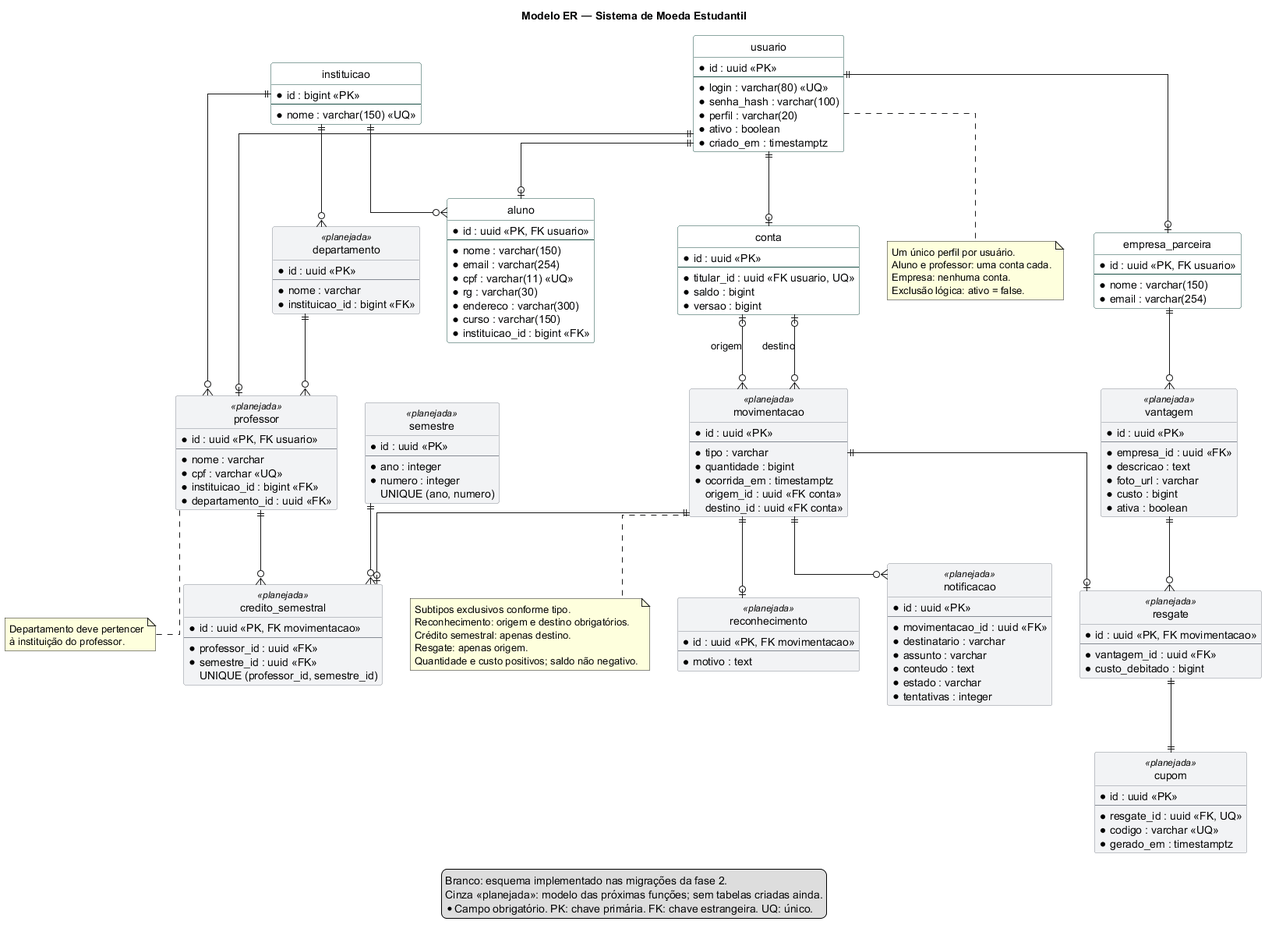
Before: docs/modelagem/diagramas/modelo-er.png, a diagram exported from PlantUML (GuilhermeHortaDias/Puc_DevSoft_Lab3).
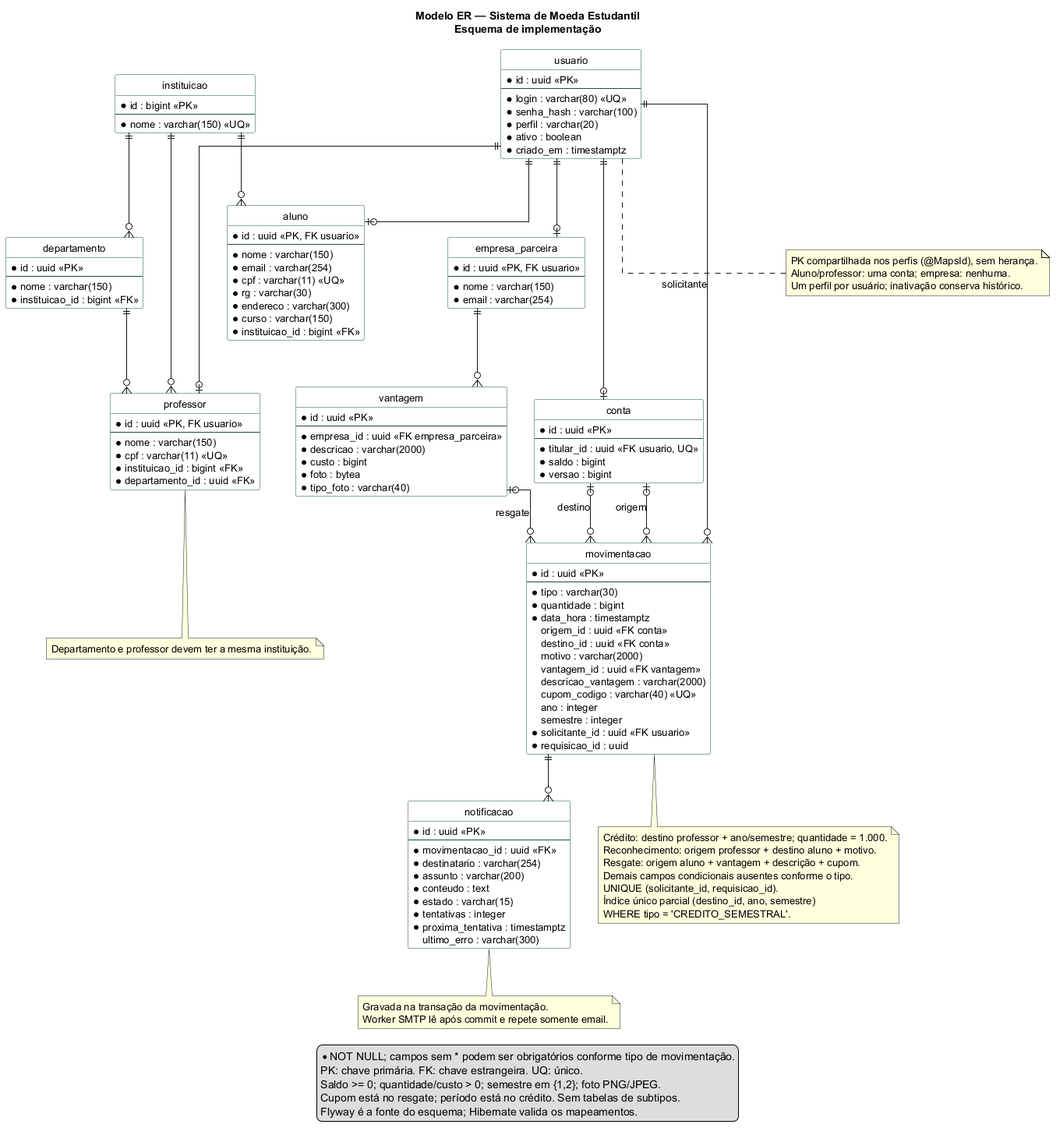
The same file after the commit.

Diff of the diagram source:
```diff
@@ -1,14 +1,12 @@
 @startuml
-title Modelo ER — Sistema de Moeda Estudantil
+title Modelo ER — Sistema de Moeda Estudantil\nEsquema de implementação
 hide circle
 skinparam linetype ortho
 skinparam shadowing false
-skinparam class {
-  BackgroundColor #FFFFFF
-  BackgroundColor<<planejada>> #F2F3F5
-  BorderColor #194E45
-  BorderColor<<planejada>> #868B94
-}
+skinparam defaultFontName SansSerif
+skinparam defaultFontSize 13
+skinparam classBackgroundColor #FFFFFF
+skinparam classBorderColor #194E45
 
 entity "instituicao" as instituicao {
   * id : bigint <<PK>>
@@ -41,6 +39,20 @@
   * nome : varchar(150)
   * email : varchar(254)
 }
+entity "departamento" as departamento {
+  * id : uuid <<PK>>
+  --
+  * nome : varchar(150)
+  * instituicao_id : bigint <<FK>>
+}
+entity "professor" as professor {
+  * id : uuid <<PK, FK usuario>>
+  --
+  * nome : varchar(150)
+  * cpf : varchar(11) <<UQ>>
+  * instituicao_id : bigint <<FK>>
+  * departamento_id : uuid <<FK>>
+}
 entity "conta" as conta {
   * id : uuid <<PK>>
   --
@@ -48,121 +60,86 @@
   * saldo : bigint
   * versao : bigint
 }
-entity "departamento" as departamento <<planejada>> {
+entity "vantagem" as vantagem {
   * id : uuid <<PK>>
   --
-  * nome : varchar
-  * instituicao_id : bigint <<FK>>
+  * empresa_id : uuid <<FK empresa_parceira>>
+  * descricao : varchar(2000)
+  * custo : bigint
+  * foto : bytea
+  * tipo_foto : varchar(40)
 }
-entity "professor" as professor <<planejada>> {
-  * id : uuid <<PK, FK usuario>>
-  --
-  * nome : varchar
-  * cpf : varchar <<UQ>>
-  * instituicao_id : bigint <<FK>>
-  * departamento_id : uuid <<FK>>
-}
-entity "semestre" as semestre <<planejada>> {
+entity "movimentacao" as movimentacao {
   * id : uuid <<PK>>
   --
-  * ano : integer
-  * numero : integer
-  UNIQUE (ano, numero)
-}
-entity "movimentacao" as movimentacao <<planejada>> {
-  * id : uuid <<PK>>
-  --
-  * tipo : varchar
+  * tipo : varchar(30)
   * quantidade : bigint
-  * ocorrida_em : timestamptz
+  * data_hora : timestamptz
   origem_id : uuid <<FK conta>>
   destino_id : uuid <<FK conta>>
+  motivo : varchar(2000)
+  vantagem_id : uuid <<FK vantagem>>
+  descricao_vantagem : varchar(2000)
+  cupom_codigo : varchar(40) <<UQ>>
+  ano : integer
+  semestre : integer
+  * solicitante_id : uuid <<FK usuario>>
+  * requisicao_id : uuid
 }
-entity "reconhecimento" as reconhecimento <<planejada>> {
-  * id : uuid <<PK, FK movimentacao>>
-  --
-  * motivo : text
-}
-entity "credito_semestral" as credito <<planejada>> {
-  * id : uuid <<PK, FK movimentacao>>
-  --
-  * professor_id : uuid <<FK>>
-  * semestre_id : uuid <<FK>>
-  UNIQUE (professor_id, semestre_id)
-}
-entity "vantagem" as vantagem <<planejada>> {
-  * id : uuid <<PK>>
-  --
-  * empresa_id : uuid <<FK>>
-  * descricao : text
-  * foto_url : varchar
-  * custo : bigint
-  * ativa : boolean
-}
-entity "resgate" as resgate <<planejada>> {
-  * id : uuid <<PK, FK movimentacao>>
-  --
-  * vantagem_id : uuid <<FK>>
-  * custo_debitado : bigint
-}
-entity "cupom" as cupom <<planejada>> {
-  * id : uuid <<PK>>
-  --
-  * resgate_id : uuid <<FK, UQ>>
-  * codigo : varchar <<UQ>>
-  * gerado_em : timestamptz
-}
-entity "notificacao" as notificacao <<planejada>> {
+entity "notificacao" as notificacao {
   * id : uuid <<PK>>
   --
   * movimentacao_id : uuid <<FK>>
-  * destinatario : varchar
-  * assunto : varchar
+  * destinatario : varchar(254)
+  * assunto : varchar(200)
   * conteudo : text
-  * estado : varchar
+  * estado : varchar(15)
   * tentativas : integer
+  * proxima_tentativa : timestamptz
+  ultimo_erro : varchar(300)
 }
 
 instituicao ||--o{ aluno
 usuario ||--o| aluno
 usuario ||--o| empresa
+usuario ||--o| professor
 usuario ||--o| conta
 instituicao ||--o{ departamento
 instituicao ||--o{ professor
 departamento ||--o{ professor
-usuario ||--o| professor
 conta |o--o{ movimentacao : origem
 conta |o--o{ movimentacao : destino
-movimentacao ||--o| reconhecimento
-movimentacao ||--o| credito
-movimentacao ||--o| resgate
-professor ||--o{ credito
-semestre ||--o{ credito
+usuario ||--o{ movimentacao : solicitante
 empresa ||--o{ vantagem
-vantagem ||--o{ resgate
-resgate ||--|| cupom
+vantagem |o--o{ movimentacao : resgate
 movimentacao ||--o{ notificacao
 
 note bottom of usuario
-  Um único perfil por usuário.
-  Aluno e professor: uma conta cada.
-  Empresa: nenhuma conta.
-  Exclusão lógica: ativo = false.
+  PK compartilhada nos perfis (@MapsId), sem herança.
+  Aluno/professor: uma conta; empresa: nenhuma.
+  Um perfil por usuário; inativação conserva histórico.
+end note
+note bottom of professor
+  Departamento e professor devem ter a mesma instituição.
 end note
 note bottom of movimentacao
-  Subtipos exclusivos conforme tipo.
-  Reconhecimento: origem e destino obrigatórios.
-  Crédito semestral: apenas destino.
-  Resgate: apenas origem.
-  Quantidade e custo positivos; saldo não negativo.
+  Crédito: destino professor + ano/semestre; quantidade = 1.000.
+  Reconhecimento: origem professor + destino aluno + motivo.
+  Resgate: origem aluno + vantagem + descrição + cupom.
+  Demais campos condicionais ausentes conforme o tipo.
+  UNIQUE (solicitante_id, requisicao_id).
+  Índice único parcial (destino_id, ano, semestre)
+  WHERE tipo = 'CREDITO_SEMESTRAL'.
 end note
-note bottom of professor
-  Departamento deve pertencer
-  à instituição do professor.
+note bottom of notificacao
+  Gravada na transação da movimentação.
+  Worker SMTP lê após commit e repete somente email.
 end note
 legend bottom
-  Branco: esquema implementado nas migrações da fase 2.
-  Cinza <<planejada>>: modelo das próximas funções; sem tabelas criadas ainda.
-  * Campo obrigatório. PK: chave primária. FK: chave estrangeira. UQ: único.
+  * NOT NULL; campos sem * podem ser obrigatórios conforme tipo de movimentação.
+  PK: chave primária. FK: chave estrangeira. UQ: único.
+  Saldo >= 0; quantidade/custo > 0; semestre em {1,2}; foto PNG/JPEG.
+  Cupom está no resgate; período está no crédito. Sem tabelas de subtipos.
+  Flyway é a fonte do esquema; Hibernate valida os mapeamentos.
 endlegend
 @enduml
```
